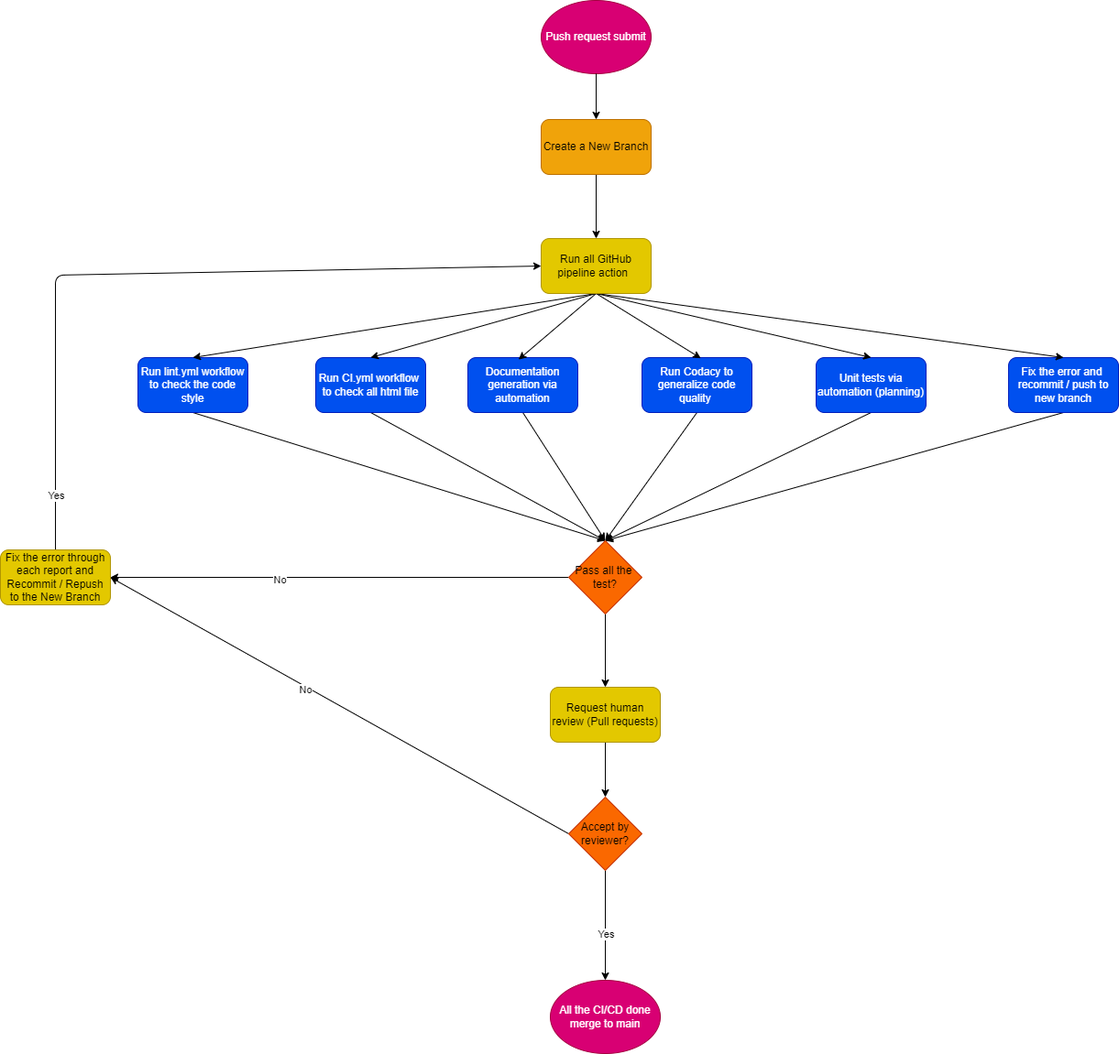
Earlier version of the draw.io export admin/cipipeline/phase1.drawio.png (cse110-fa22-group9/Team9Repository). Source tidied: cells renumbered, new cells last; positions are measured from the earlier drawing's top-left corner, leaving out a move shared by most shapes.
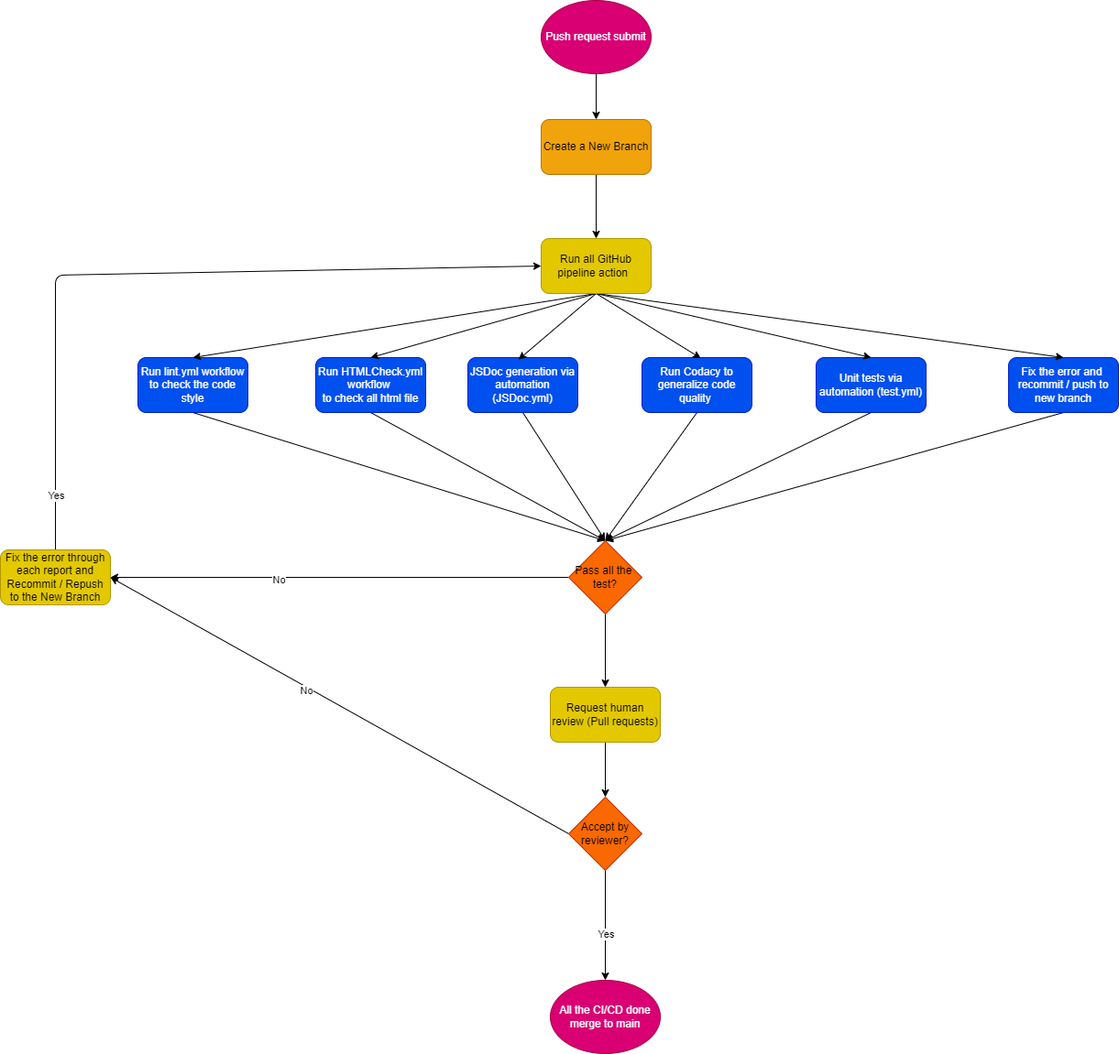
The same diagram one commit later.

What changed in the source:
```diff
@@ -21,7 +21,7 @@
         <mxPoint x="660" y="590" as="targetPoint" />
       </mxGeometry>
     </mxCell>
-    <mxCell id="7" value="Run CI.yml workflow&amp;nbsp;&lt;br&gt;to check all html file" style="rounded=1;whiteSpace=wrap;html=1;fillColor=#0050ef;fontColor=#ffffff;strokeColor=#001DBC;" parent="1" vertex="1">
+    <mxCell id="7" value="Run HTMLCheck.yml workflow&amp;nbsp;&lt;br&gt;to check all html file" style="rounded=1;whiteSpace=wrap;html=1;fillColor=#0050ef;fontColor=#ffffff;strokeColor=#001DBC;" parent="1" vertex="1">
       <mxGeometry x="344" y="390" width="120" height="60" as="geometry" />
     </mxCell>
     <mxCell id="8" style="edgeStyle=none;html=1;exitX=0.5;exitY=1;exitDx=0;exitDy=0;" parent="1" edge="1" source="9">
@@ -53,7 +53,7 @@
     <mxCell id="16" style="edgeStyle=none;html=1;exitX=0.5;exitY=1;exitDx=0;exitDy=0;entryX=0.5;entryY=0;entryDx=0;entryDy=0;" parent="1" edge="1" source="17" target="15">
       <mxGeometry relative="1" as="geometry" />
     </mxCell>
-    <mxCell id="17" value="Unit tests via automation (planning)" style="rounded=1;whiteSpace=wrap;html=1;fillColor=#0050ef;fontColor=#ffffff;strokeColor=#001DBC;" parent="1" vertex="1">
+    <mxCell id="17" value="Unit tests via automation (test.yml)" style="rounded=1;whiteSpace=wrap;html=1;fillColor=#0050ef;fontColor=#ffffff;strokeColor=#001DBC;" parent="1" vertex="1">
       <mxGeometry x="890" y="390" width="120" height="60" as="geometry" />
     </mxCell>
     <mxCell id="18" style="edgeStyle=none;html=1;exitX=0.5;exitY=1;exitDx=0;exitDy=0;entryX=0.5;entryY=0;entryDx=0;entryDy=0;" parent="1" edge="1" source="19" target="15">
@@ -65,7 +65,7 @@
     <mxCell id="20" style="edgeStyle=none;html=1;exitX=0.5;exitY=1;exitDx=0;exitDy=0;entryX=0.5;entryY=0;entryDx=0;entryDy=0;" parent="1" edge="1" source="21" target="15">
       <mxGeometry relative="1" as="geometry" />
     </mxCell>
-    <mxCell id="21" value="Documentation generation via automation" style="rounded=1;whiteSpace=wrap;html=1;fillColor=#0050ef;fontColor=#ffffff;strokeColor=#001DBC;" parent="1" vertex="1">
+    <mxCell id="21" value="JSDoc generation via automation (JSDoc.yml)" style="rounded=1;whiteSpace=wrap;html=1;fillColor=#0050ef;fontColor=#ffffff;strokeColor=#001DBC;" parent="1" vertex="1">
       <mxGeometry x="510" y="390" width="120" height="60" as="geometry" />
     </mxCell>
     <mxCell id="22" style="edgeStyle=none;html=1;exitX=0.5;exitY=1;exitDx=0;exitDy=0;entryX=0.535;entryY=0.012;entryDx=0;entryDy=0;entryPerimeter=0;" parent="1" edge="1" source="28" target="19">
```
